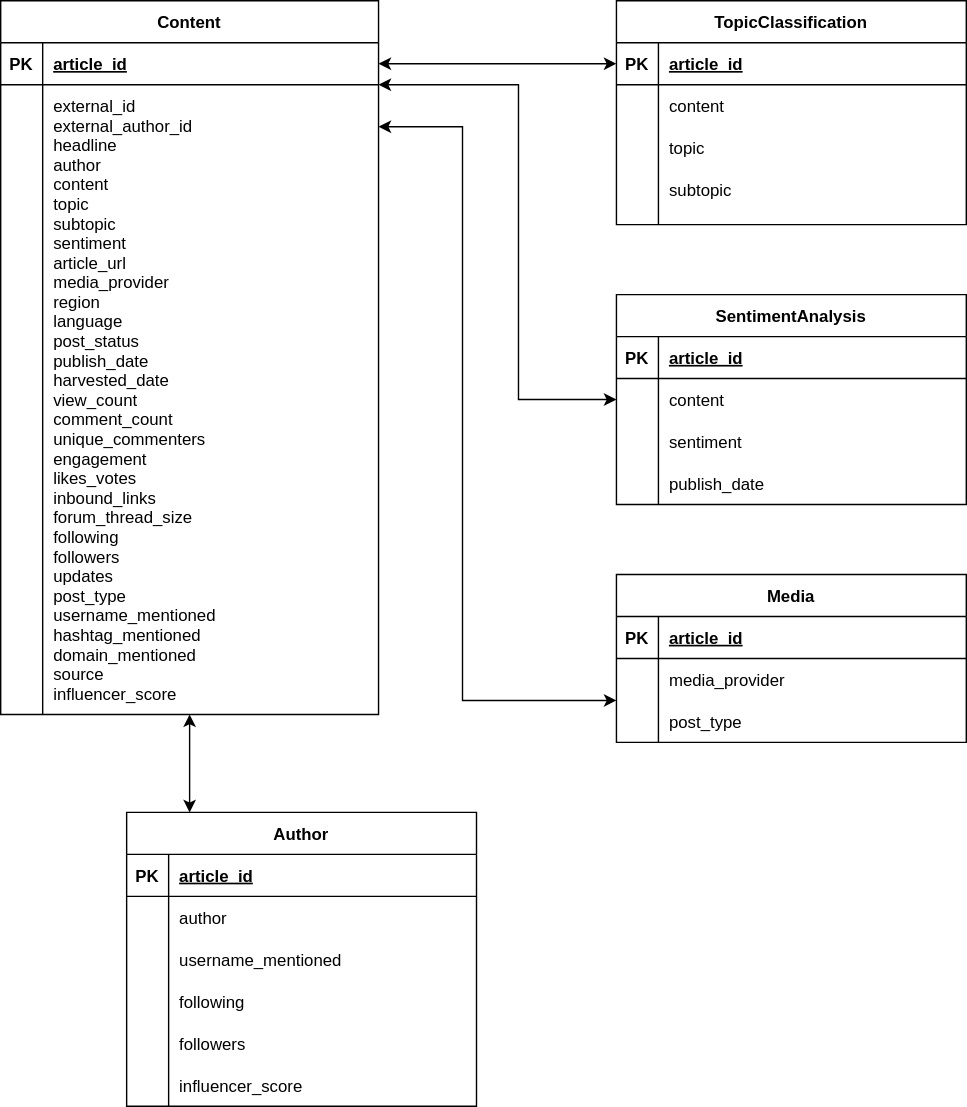
Earlier version of the draw.io export db.svg (nadiaasrin/neddo). Source tidied: cells renumbered, new cells last; positions are measured from the earlier drawing's top-left corner, leaving out a move shared by most shapes.
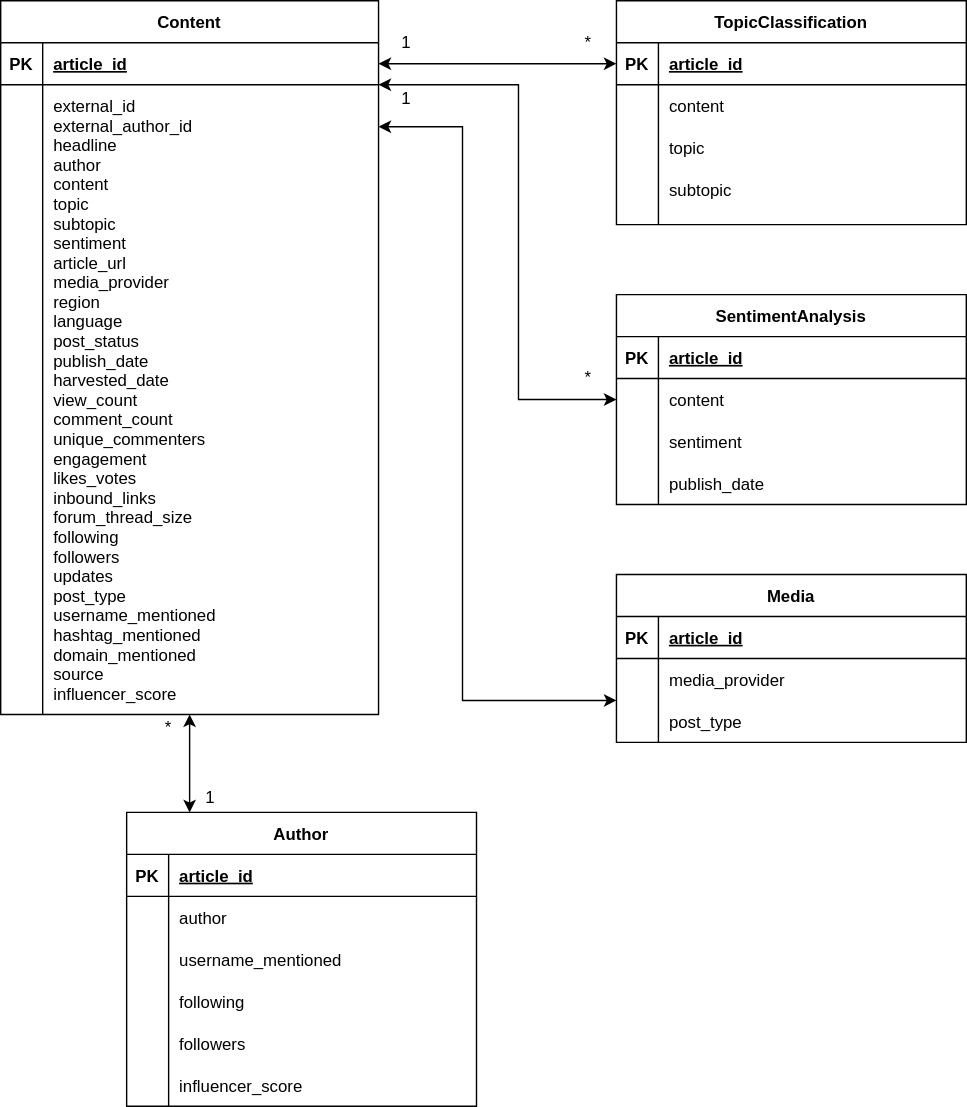
The same file after the commit.

Change to the diagram source:
```diff
@@ -204,5 +204,23 @@
     <mxCell id="64" value="influencer_score" style="shape=partialRectangle;overflow=hidden;fillColor=none;top=0;left=0;bottom=0;right=0;align=left;spacingLeft=6;" parent="62" vertex="1">
       <mxGeometry x="30" width="220" height="30" as="geometry" />
     </mxCell>
+    <mxCell id="65" value="1&lt;span style=&quot;color: rgba(0 , 0 , 0 , 0) ; font-family: monospace ; font-size: 0px&quot;&gt;%3CmxGraphModel%3E%3Croot%3E%3CmxCell%20id%3D%220%22%2F%3E%3CmxCell%20id%3D%221%22%20parent%3D%220%22%2F%3E%3CmxCell%20id%3D%222%22%20value%3D%22%22%20style%3D%22shape%3DpartialRectangle%3Bcollapsible%3D0%3BdropTarget%3D0%3BpointerEvents%3D0%3BfillColor%3Dnone%3Bpoints%3D%5B%5B0%2C0.5%5D%2C%5B1%2C0.5%5D%5D%3BportConstraint%3Deastwest%3Btop%3D0%3Bleft%3D0%3Bright%3D0%3Bbottom%3D0%3B%22%20vertex%3D%221%22%20parent%3D%221%22%3E%3CmxGeometry%20x%3D%22160%22%20y%3D%22860%22%20width%3D%22250%22%20height%3D%2230%22%20as%3D%22geometry%22%2F%3E%3C%2FmxCell%3E%3CmxCell%20id%3D%223%22%20value%3D%22%22%20style%3D%22shape%3DpartialRectangle%3Boverflow%3Dhidden%3Bconnectable%3D0%3BfillColor%3Dnone%3Btop%3D0%3Bleft%3D0%3Bbottom%3D0%3Bright%3D0%3B%22%20vertex%3D%221%22%20parent%3D%222%22%3E%3CmxGeometry%20width%3D%2230%22%20height%3D%2230%22%20as%3D%22geometry%22%2F%3E%3C%2FmxCell%3E%3CmxCell%20id%3D%224%22%20value%3D%22followers%22%20style%3D%22shape%3DpartialRectangle%3Boverflow%3Dhidden%3Bconnectable%3D0%3BfillColor%3Dnone%3Btop%3D0%3Bleft%3D0%3Bbottom%3D0%3Bright%3D0%3Balign%3Dleft%3BspacingLeft%3D6%3B%22%20vertex%3D%221%22%20parent%3D%222%22%3E%3CmxGeometry%20x%3D%2230%22%20width%3D%22220%22%20height%3D%2230%22%20as%3D%22geometry%22%2F%3E%3C%2FmxCell%3E%3C%2Froot%3E%3C%2FmxGraphModel%3E&lt;/span&gt;" style="text;html=1;strokeColor=none;fillColor=none;align=center;verticalAlign=middle;whiteSpace=wrap;rounded=0;" parent="1" vertex="1">
+      <mxGeometry x="270" y="20" width="40" height="20" as="geometry" />
+    </mxCell>
+    <mxCell id="66" value="*" style="text;html=1;strokeColor=none;fillColor=none;align=center;verticalAlign=middle;whiteSpace=wrap;rounded=0;" parent="1" vertex="1">
+      <mxGeometry x="400" y="20" width="40" height="20" as="geometry" />
+    </mxCell>
+    <mxCell id="67" value="1&lt;span style=&quot;color: rgba(0 , 0 , 0 , 0) ; font-family: monospace ; font-size: 0px&quot;&gt;%3CmxGraphModel%3E%3Croot%3E%3CmxCell%20id%3D%220%22%2F%3E%3CmxCell%20id%3D%221%22%20parent%3D%220%22%2F%3E%3CmxCell%20id%3D%222%22%20value%3D%22%22%20style%3D%22shape%3DpartialRectangle%3Bcollapsible%3D0%3BdropTarget%3D0%3BpointerEvents%3D0%3BfillColor%3Dnone%3Bpoints%3D%5B%5B0%2C0.5%5D%2C%5B1%2C0.5%5D%5D%3BportConstraint%3Deastwest%3Btop%3D0%3Bleft%3D0%3Bright%3D0%3Bbottom%3D0%3B%22%20vertex%3D%221%22%20parent%3D%221%22%3E%3CmxGeometry%20x%3D%22160%22%20y%3D%22860%22%20width%3D%22250%22%20height%3D%2230%22%20as%3D%22geometry%22%2F%3E%3C%2FmxCell%3E%3CmxCell%20id%3D%223%22%20value%3D%22%22%20style%3D%22shape%3DpartialRectangle%3Boverflow%3Dhidden%3Bconnectable%3D0%3BfillColor%3Dnone%3Btop%3D0%3Bleft%3D0%3Bbottom%3D0%3Bright%3D0%3B%22%20vertex%3D%221%22%20parent%3D%222%22%3E%3CmxGeometry%20width%3D%2230%22%20height%3D%2230%22%20as%3D%22geometry%22%2F%3E%3C%2FmxCell%3E%3CmxCell%20id%3D%224%22%20value%3D%22followers%22%20style%3D%22shape%3DpartialRectangle%3Boverflow%3Dhidden%3Bconnectable%3D0%3BfillColor%3Dnone%3Btop%3D0%3Bleft%3D0%3Bbottom%3D0%3Bright%3D0%3Balign%3Dleft%3BspacingLeft%3D6%3B%22%20vertex%3D%221%22%20parent%3D%222%22%3E%3CmxGeometry%20x%3D%2230%22%20width%3D%22220%22%20height%3D%2230%22%20as%3D%22geometry%22%2F%3E%3C%2FmxCell%3E%3C%2Froot%3E%3C%2FmxGraphModel%3E&lt;/span&gt;" style="text;html=1;strokeColor=none;fillColor=none;align=center;verticalAlign=middle;whiteSpace=wrap;rounded=0;" parent="1" vertex="1">
+      <mxGeometry x="130" y="560" width="40" height="20" as="geometry" />
+    </mxCell>
+    <mxCell id="68" value="*" style="text;html=1;strokeColor=none;fillColor=none;align=center;verticalAlign=middle;whiteSpace=wrap;rounded=0;" parent="1" vertex="1">
+      <mxGeometry x="100" y="510" width="40" height="20" as="geometry" />
+    </mxCell>
+    <mxCell id="69" value="1&lt;span style=&quot;color: rgba(0 , 0 , 0 , 0) ; font-family: monospace ; font-size: 0px&quot;&gt;%3CmxGraphModel%3E%3Croot%3E%3CmxCell%20id%3D%220%22%2F%3E%3CmxCell%20id%3D%221%22%20parent%3D%220%22%2F%3E%3CmxCell%20id%3D%222%22%20value%3D%22%22%20style%3D%22shape%3DpartialRectangle%3Bcollapsible%3D0%3BdropTarget%3D0%3BpointerEvents%3D0%3BfillColor%3Dnone%3Bpoints%3D%5B%5B0%2C0.5%5D%2C%5B1%2C0.5%5D%5D%3BportConstraint%3Deastwest%3Btop%3D0%3Bleft%3D0%3Bright%3D0%3Bbottom%3D0%3B%22%20vertex%3D%221%22%20parent%3D%221%22%3E%3CmxGeometry%20x%3D%22160%22%20y%3D%22860%22%20width%3D%22250%22%20height%3D%2230%22%20as%3D%22geometry%22%2F%3E%3C%2FmxCell%3E%3CmxCell%20id%3D%223%22%20value%3D%22%22%20style%3D%22shape%3DpartialRectangle%3Boverflow%3Dhidden%3Bconnectable%3D0%3BfillColor%3Dnone%3Btop%3D0%3Bleft%3D0%3Bbottom%3D0%3Bright%3D0%3B%22%20vertex%3D%221%22%20parent%3D%222%22%3E%3CmxGeometry%20width%3D%2230%22%20height%3D%2230%22%20as%3D%22geometry%22%2F%3E%3C%2FmxCell%3E%3CmxCell%20id%3D%224%22%20value%3D%22followers%22%20style%3D%22shape%3DpartialRectangle%3Boverflow%3Dhidden%3Bconnectable%3D0%3BfillColor%3Dnone%3Btop%3D0%3Bleft%3D0%3Bbottom%3D0%3Bright%3D0%3Balign%3Dleft%3BspacingLeft%3D6%3B%22%20vertex%3D%221%22%20parent%3D%222%22%3E%3CmxGeometry%20x%3D%2230%22%20width%3D%22220%22%20height%3D%2230%22%20as%3D%22geometry%22%2F%3E%3C%2FmxCell%3E%3C%2Froot%3E%3C%2FmxGraphModel%3E&lt;/span&gt;" style="text;html=1;strokeColor=none;fillColor=none;align=center;verticalAlign=middle;whiteSpace=wrap;rounded=0;" parent="1" vertex="1">
+      <mxGeometry x="270" y="60" width="40" height="20" as="geometry" />
+    </mxCell>
+    <mxCell id="70" value="*" style="text;html=1;strokeColor=none;fillColor=none;align=center;verticalAlign=middle;whiteSpace=wrap;rounded=0;" parent="1" vertex="1">
+      <mxGeometry x="400" y="260" width="40" height="20" as="geometry" />
+    </mxCell>
   </root>
 </mxGraphModel>
```
